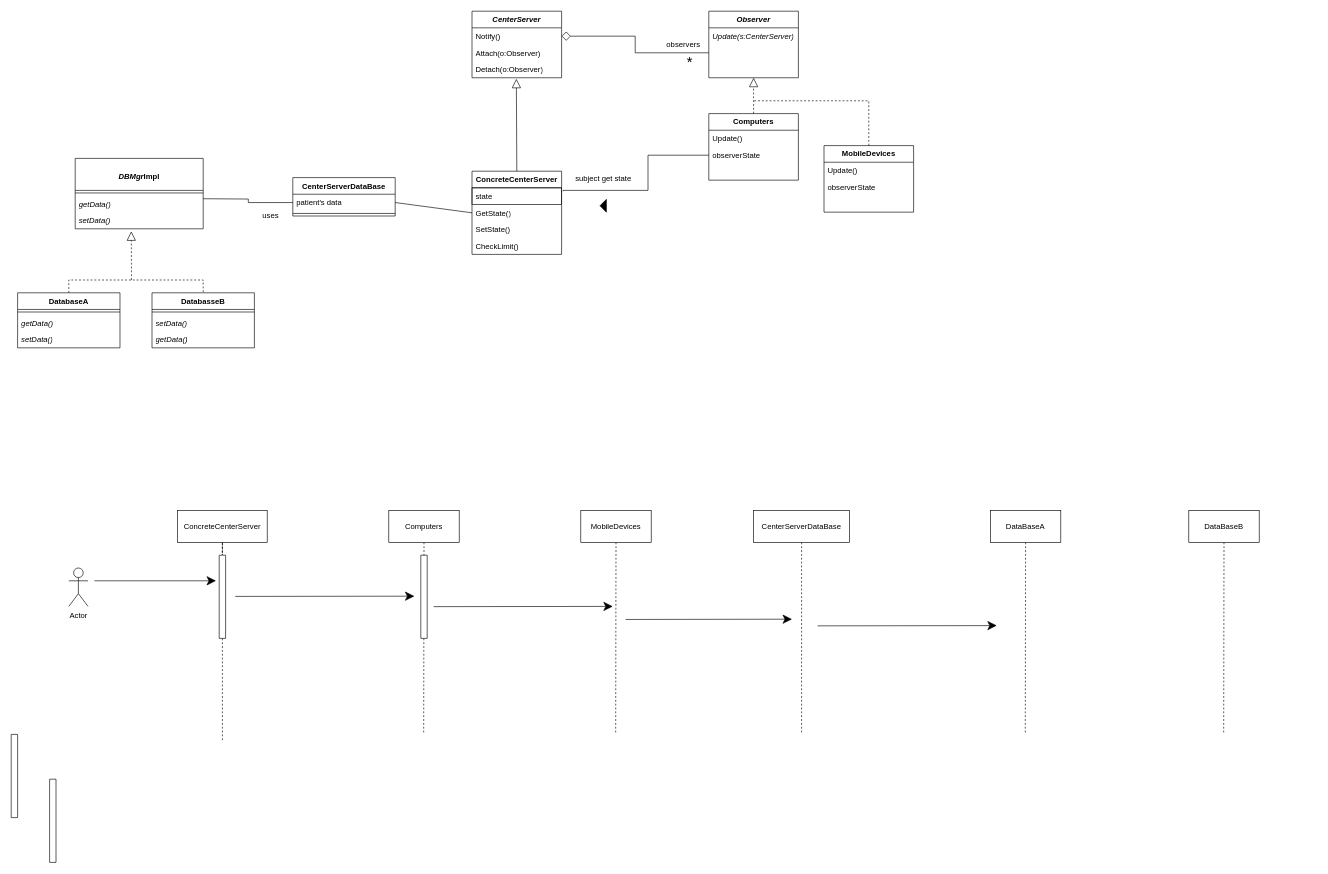
VoHoAnhTuan/Diagrams keeps this draw.io diagram as Assignment3_CSE4361.drawio. Above is the earlier version. Source tidied: cells renumbered, new cells numbered last; positions are measured from the earlier drawing's top-left corner, leaving out a move shared by most shapes. Both pictures are drawn from the tidied source at 64%, with x=0, y=0 at pixel (11, 11).
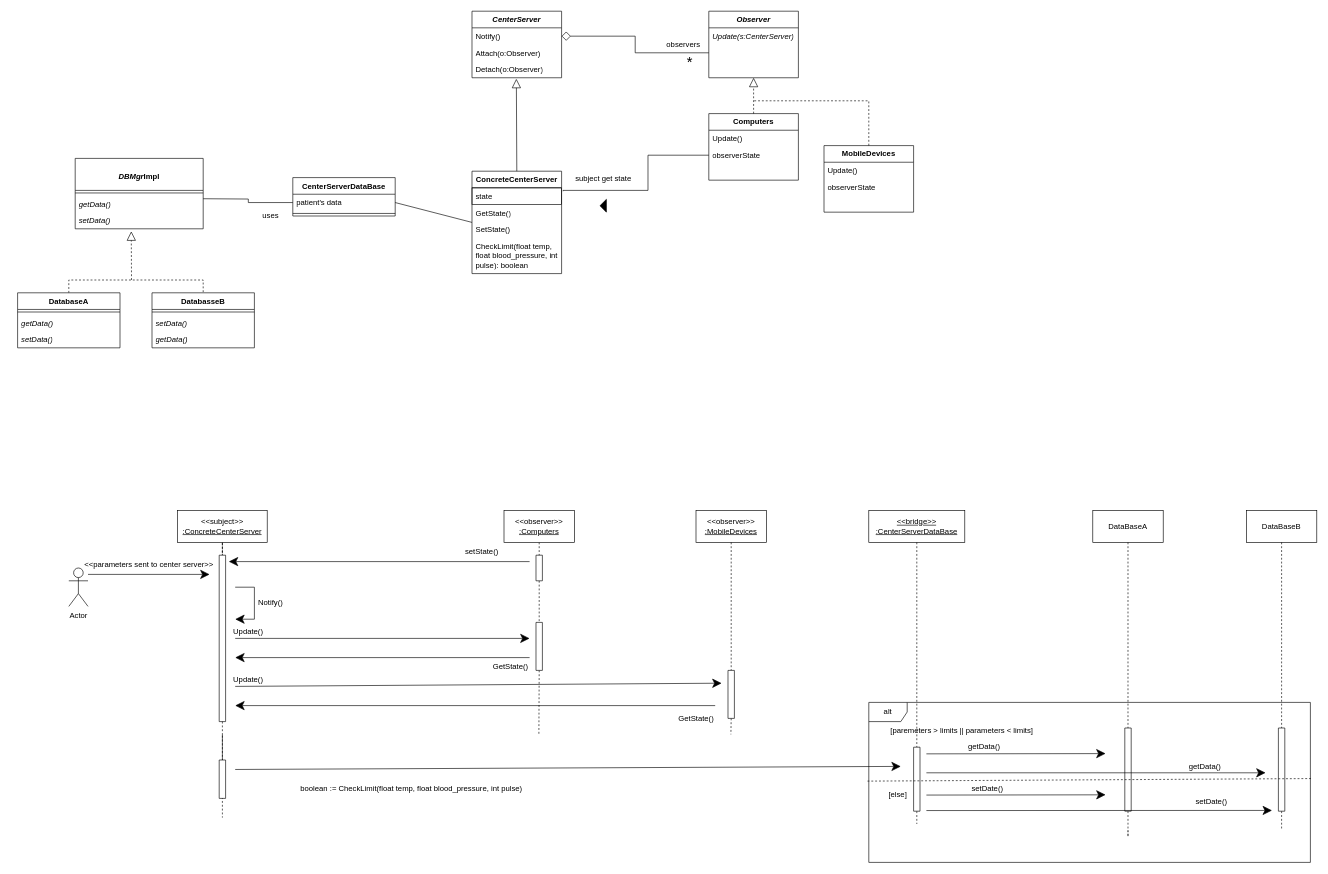
The same diagram, later.

Diff of the diagram source:
```diff
@@
+    <mxCell id="75" style="edgeStyle=orthogonalEdgeStyle;rounded=0;jettySize=auto;html=1;exitX=0.5;exitY=1;exitDx=0;exitDy=0;endArrow=none;endFill=0;dashed=1;" parent="1" edge="1" source="56" target="87">
+      <mxGeometry relative="1" as="geometry" />
+    </mxCell>
@@
     <mxCell id="6" value="&lt;b&gt;ConcreteCenterServer&lt;/b&gt;" style="swimlane;fontStyle=0;horizontal=1;startSize=26;fillColor=none;whiteSpace=wrap;html=1;" parent="1" vertex="1">
-      <mxGeometry x="720" y="250" width="140" height="130" as="geometry" />
+      <mxGeometry x="720" y="250" width="140" height="160" as="geometry" />
     </mxCell>
@@
-    <mxCell id="10" value="CheckLimit()" style="text;strokeColor=none;fillColor=none;align=left;verticalAlign=top;spacingLeft=4;spacingRight=4;overflow=hidden;whiteSpace=wrap;html=1;" parent="6" vertex="1">
-      <mxGeometry y="104" width="140" height="26" as="geometry" />
+    <mxCell id="10" value="CheckLimit(float temp, float blood_pressure, int pulse): boolean" style="text;strokeColor=none;fillColor=none;align=left;verticalAlign=top;spacingLeft=4;spacingRight=4;overflow=hidden;whiteSpace=wrap;html=1;" parent="6" vertex="1">
+      <mxGeometry y="104" width="140" height="56" as="geometry" />
     </mxCell>
@@
-    <mxCell id="53" style="edgeStyle=orthogonalEdgeStyle;rounded=0;jettySize=auto;html=1;exitX=0.5;exitY=1;exitDx=0;exitDy=0;endArrow=none;endFill=0;dashed=1;" parent="1" edge="1" source="66">
+    <mxCell id="53" style="edgeStyle=orthogonalEdgeStyle;rounded=0;jettySize=auto;html=1;exitX=0.5;exitY=1;exitDx=0;exitDy=0;endArrow=none;endFill=0;dashed=1;" parent="1" edge="1" source="97">
       <mxGeometry relative="1" as="geometry">
-        <mxPoint x="330" y="1140" as="targetPoint" />
+        <mxPoint x="330" y="1260" as="targetPoint" />
         <Array as="points">
           <mxPoint x="330" y="1130" />
         </Array>
       </mxGeometry>
     </mxCell>
-    <mxCell id="54" value="ConcreteCenterServer" style="html=1;whiteSpace=wrap;" parent="1" vertex="1">
+    <mxCell id="54" value="&amp;lt;&amp;lt;subject&amp;gt;&amp;gt;&lt;br&gt;&lt;div&gt;&lt;u&gt;:ConcreteCenterServer&lt;/u&gt;&lt;/div&gt;" style="html=1;whiteSpace=wrap;" parent="1" vertex="1">
       <mxGeometry x="260" y="780" width="140" height="50" as="geometry" />
     </mxCell>
-    <mxCell id="55" style="edgeStyle=orthogonalEdgeStyle;rounded=0;jettySize=auto;html=1;exitX=0.5;exitY=1;exitDx=0;exitDy=0;endArrow=none;endFill=0;dashed=1;" parent="1" edge="1" source="56">
+    <mxCell id="55" style="edgeStyle=orthogonalEdgeStyle;rounded=0;jettySize=auto;html=1;exitX=0.5;exitY=1;exitDx=0;exitDy=0;endArrow=none;endFill=0;dashed=1;" parent="1" edge="1" source="87">
       <mxGeometry relative="1" as="geometry">
-        <mxPoint x="644.5" y="1130" as="targetPoint" />
+        <mxPoint x="824.5" y="1130" as="targetPoint" />
       </mxGeometry>
     </mxCell>
-    <mxCell id="56" value="Computers" style="html=1;whiteSpace=wrap;" parent="1" vertex="1">
-      <mxGeometry x="590" y="780" width="110" height="50" as="geometry" />
+    <mxCell id="56" value="&amp;lt;&amp;lt;observer&amp;gt;&amp;gt;&lt;br&gt;&lt;div&gt;&lt;u&gt;:Computers&lt;/u&gt;&lt;/div&gt;" style="html=1;whiteSpace=wrap;" parent="1" vertex="1">
+      <mxGeometry x="770" y="780" width="110" height="50" as="geometry" />
     </mxCell>
-    <mxCell id="57" style="edgeStyle=orthogonalEdgeStyle;rounded=0;jettySize=auto;html=1;exitX=0.5;exitY=1;exitDx=0;exitDy=0;endArrow=none;endFill=0;dashed=1;" parent="1" edge="1" source="58">
+    <mxCell id="57" style="edgeStyle=orthogonalEdgeStyle;rounded=0;jettySize=auto;html=1;exitX=0.5;exitY=1;exitDx=0;exitDy=0;endArrow=none;endFill=0;dashed=1;" parent="1" edge="1" source="91">
       <mxGeometry relative="1" as="geometry">
-        <mxPoint x="944.5" y="1130" as="targetPoint" />
+        <mxPoint x="1124.5" y="1130" as="targetPoint" />
       </mxGeometry>
     </mxCell>
-    <mxCell id="58" value="MobileDevices" style="html=1;whiteSpace=wrap;" parent="1" vertex="1">
-      <mxGeometry x="890" y="780" width="110" height="50" as="geometry" />
+    <mxCell id="58" value="&amp;lt;&amp;lt;observer&amp;gt;&amp;gt;&lt;br&gt;&lt;div&gt;&lt;u&gt;:MobileDevices&lt;/u&gt;&lt;/div&gt;" style="html=1;whiteSpace=wrap;" parent="1" vertex="1">
+      <mxGeometry x="1070" y="780" width="110" height="50" as="geometry" />
     </mxCell>
-    <mxCell id="59" style="edgeStyle=orthogonalEdgeStyle;rounded=0;jettySize=auto;html=1;exitX=0.5;exitY=1;exitDx=0;exitDy=0;endArrow=none;endFill=0;dashed=1;" parent="1" edge="1" source="60">
+    <mxCell id="59" style="edgeStyle=orthogonalEdgeStyle;rounded=0;jettySize=auto;html=1;exitX=0.5;exitY=1;exitDx=0;exitDy=0;endArrow=none;endFill=0;dashed=1;" parent="1" edge="1" source="99">
       <mxGeometry relative="1" as="geometry">
-        <mxPoint x="1235" y="1130" as="targetPoint" />
+        <mxPoint x="1415" y="1270" as="targetPoint" />
       </mxGeometry>
     </mxCell>
-    <mxCell id="60" value="CenterServerDataBase" style="html=1;whiteSpace=wrap;" parent="1" vertex="1">
-      <mxGeometry x="1160" y="780" width="150" height="50" as="geometry" />
+    <mxCell id="60" value="&lt;div&gt;&lt;u&gt;&amp;lt;&amp;lt;bridge&amp;gt;&amp;gt;&lt;br&gt;&lt;/u&gt;&lt;/div&gt;&lt;div&gt;&lt;u&gt;:CenterServerDataBase&lt;/u&gt;&lt;/div&gt;" style="html=1;whiteSpace=wrap;" parent="1" vertex="1">
+      <mxGeometry x="1340" y="780" width="150" height="50" as="geometry" />
     </mxCell>
-    <mxCell id="61" style="edgeStyle=orthogonalEdgeStyle;rounded=0;jettySize=auto;html=1;exitX=0.5;exitY=1;exitDx=0;exitDy=0;endArrow=none;endFill=0;dashed=1;" parent="1" edge="1" source="62">
+    <mxCell id="61" style="edgeStyle=orthogonalEdgeStyle;rounded=0;jettySize=auto;html=1;exitX=0.5;exitY=1;exitDx=0;exitDy=0;endArrow=none;endFill=0;dashed=1;" parent="1" edge="1" source="77">
       <mxGeometry relative="1" as="geometry">
-        <mxPoint x="1584.5" y="1130" as="targetPoint" />
+        <mxPoint x="1745" y="1280" as="targetPoint" />
+        <Array as="points">
+          <mxPoint x="1745" y="1290" />
+        </Array>
       </mxGeometry>
     </mxCell>
     <mxCell id="62" value="DataBaseA" style="html=1;whiteSpace=wrap;" parent="1" vertex="1">
-      <mxGeometry x="1530" y="780" width="110" height="50" as="geometry" />
+      <mxGeometry x="1690" y="780" width="110" height="50" as="geometry" />
     </mxCell>
-    <mxCell id="63" style="edgeStyle=orthogonalEdgeStyle;rounded=0;jettySize=auto;html=1;exitX=0.5;exitY=1;exitDx=0;exitDy=0;endArrow=none;endFill=0;dashed=1;" parent="1" edge="1" source="64">
-      <mxGeometry relative="1" as="geometry">
-        <mxPoint x="1894.5" y="1130" as="targetPoint" />
-      </mxGeometry>
-    </mxCell>
-    <mxCell id="64" value="DataBaseB" style="html=1;whiteSpace=wrap;" parent="1" vertex="1">
-      <mxGeometry x="1840" y="780" width="110" height="50" as="geometry" />
-    </mxCell>
@@
     <mxCell id="66" style="verticalLabelPosition=bottom;verticalAlign=top;html=1;shape=mxgraph.basic.rect;fillColor2=none;strokeWidth=1;size=20;indent=5;" parent="1" vertex="1">
-      <mxGeometry x="325" y="850" width="10" height="130" as="geometry" />
+      <mxGeometry x="325" y="850" width="10" height="260" as="geometry" />
     </mxCell>
     <mxCell id="67" style="verticalLabelPosition=bottom;verticalAlign=top;html=1;shape=mxgraph.basic.rect;fillColor2=none;strokeWidth=1;size=20;indent=5;" parent="1" vertex="1">
-      <mxGeometry x="640" y="850" width="10" height="130" as="geometry" />
+      <mxGeometry x="820" y="850" width="10" height="40" as="geometry" />
     </mxCell>
-    <mxCell id="68" style="verticalLabelPosition=bottom;verticalAlign=top;html=1;shape=mxgraph.basic.rect;fillColor2=none;strokeWidth=1;size=20;indent=5;" parent="1" vertex="1">
-      <mxGeometry x="60" y="1200" width="10" height="130" as="geometry" />
-    </mxCell>
-    <mxCell id="69" style="verticalLabelPosition=bottom;verticalAlign=top;html=1;shape=mxgraph.basic.rect;fillColor2=none;strokeWidth=1;size=20;indent=5;" parent="1" vertex="1">
-      <mxGeometry y="1130" width="10" height="130" as="geometry" />
-    </mxCell>
     <mxCell id="70" style="endArrow=classic;endFill=1;endSize=12;html=1;rounded=0;" parent="1" edge="1">
       <mxGeometry relative="1" as="geometry">
-        <mxPoint x="130" y="890" as="sourcePoint" />
-        <mxPoint x="320" y="890" as="targetPoint" />
+        <mxPoint x="120" y="880" as="sourcePoint" />
+        <mxPoint x="310" y="880" as="targetPoint" />
       </mxGeometry>
     </mxCell>
-    <mxCell id="71" style="endArrow=classic;endFill=1;endSize=12;html=1;rounded=0;" parent="1" edge="1">
-      <mxGeometry relative="1" as="geometry">
-        <mxPoint x="350" y="914.4" as="sourcePoint" />
-        <mxPoint x="630" y="914" as="targetPoint" />
-      </mxGeometry>
-    </mxCell>
-    <mxCell id="72" style="endArrow=classic;endFill=1;endSize=12;html=1;rounded=0;" parent="1" edge="1">
-      <mxGeometry relative="1" as="geometry">
-        <mxPoint x="660" y="930.4" as="sourcePoint" />
-        <mxPoint x="940" y="930" as="targetPoint" />
-      </mxGeometry>
-    </mxCell>
     <mxCell id="73" style="endArrow=classic;endFill=1;endSize=12;html=1;rounded=0;" parent="1" edge="1">
       <mxGeometry relative="1" as="geometry">
-        <mxPoint x="960" y="950.4" as="sourcePoint" />
-        <mxPoint x="1220" y="950" as="targetPoint" />
+        <mxPoint x="350" y="1184.8" as="sourcePoint" />
+        <mxPoint x="1390" y="1180" as="targetPoint" />
       </mxGeometry>
     </mxCell>
     <mxCell id="74" style="endArrow=classic;endFill=1;endSize=12;html=1;rounded=0;" parent="1" edge="1">
       <mxGeometry relative="1" as="geometry">
-        <mxPoint x="1260" y="960.4" as="sourcePoint" />
-        <mxPoint x="1540" y="960" as="targetPoint" />
+        <mxPoint x="1430" y="1160.4" as="sourcePoint" />
+        <mxPoint x="1710" y="1160" as="targetPoint" />
       </mxGeometry>
     </mxCell>
+    <mxCell id="76" style="edgeStyle=orthogonalEdgeStyle;rounded=0;jettySize=auto;html=1;exitX=0.5;exitY=1;exitDx=0;exitDy=0;endArrow=none;endFill=0;dashed=1;" parent="1" edge="1" source="62" target="77">
+      <mxGeometry relative="1" as="geometry">
+        <Array as="points">
+          <mxPoint x="1745" y="1155" />
+        </Array>
+      </mxGeometry>
+    </mxCell>
+    <mxCell id="77" style="verticalLabelPosition=bottom;verticalAlign=top;html=1;shape=mxgraph.basic.rect;fillColor2=none;strokeWidth=1;size=20;indent=5;" parent="1" vertex="1">
+      <mxGeometry x="1740" y="1120" width="10" height="130" as="geometry" />
+    </mxCell>
+    <mxCell id="64" value="DataBaseB" style="html=1;whiteSpace=wrap;" parent="1" vertex="1">
+      <mxGeometry x="1930" y="780" width="110" height="50" as="geometry" />
+    </mxCell>
+    <mxCell id="78" style="edgeStyle=orthogonalEdgeStyle;rounded=0;jettySize=auto;html=1;exitX=0.5;exitY=1;exitDx=0;exitDy=0;endArrow=none;endFill=0;dashed=1;" parent="1" edge="1" source="64">
+      <mxGeometry relative="1" as="geometry">
+        <mxPoint x="1985" y="1280" as="targetPoint" />
+        <Array as="points">
+          <mxPoint x="1985" y="1155" />
+        </Array>
+      </mxGeometry>
+    </mxCell>
+    <mxCell id="79" style="endArrow=classic;endFill=1;endSize=12;html=1;rounded=0;" parent="1" edge="1">
+      <mxGeometry relative="1" as="geometry">
+        <mxPoint x="1430" y="1190" as="sourcePoint" />
+        <mxPoint x="1960" y="1190" as="targetPoint" />
+      </mxGeometry>
+    </mxCell>
+    <mxCell id="80" value="&amp;lt;&amp;lt;parameters sent to center server&amp;gt;&amp;gt;" style="text;html=1;align=center;verticalAlign=middle;strokeColor=none;fillColor=none;" parent="1" vertex="1">
+      <mxGeometry x="105" y="850" width="220" height="30" as="geometry" />
+    </mxCell>
+    <mxCell id="81" style="endArrow=classic;endFill=1;endSize=12;html=1;rounded=0;" parent="1" edge="1">
+      <mxGeometry relative="1" as="geometry">
+        <mxPoint x="810" y="860" as="sourcePoint" />
+        <mxPoint x="340" y="860" as="targetPoint" />
+      </mxGeometry>
+    </mxCell>
+    <mxCell id="82" value="setState()" style="text;html=1;align=center;verticalAlign=middle;strokeColor=none;fillColor=none;" parent="1" vertex="1">
+      <mxGeometry x="700" y="830" width="70" height="30" as="geometry" />
+    </mxCell>
+    <mxCell id="83" style="endArrow=classic;endFill=1;endSize=12;html=1;rounded=0;edgeStyle=orthogonalEdgeStyle;" parent="1" edge="1">
+      <mxGeometry relative="1" as="geometry">
+        <mxPoint x="350" y="900" as="sourcePoint" />
+        <mxPoint x="350" y="950" as="targetPoint" />
+        <Array as="points">
+          <mxPoint x="380" y="900" />
+          <mxPoint x="380" y="950" />
+        </Array>
+      </mxGeometry>
+    </mxCell>
+    <mxCell id="84" value="Notify()" style="text;html=1;align=center;verticalAlign=middle;strokeColor=none;fillColor=none;" parent="1" vertex="1">
+      <mxGeometry x="375" y="910" width="60" height="30" as="geometry" />
+    </mxCell>
+    <mxCell id="85" style="endArrow=classic;endFill=1;endSize=12;html=1;rounded=0;" parent="1" edge="1">
+      <mxGeometry relative="1" as="geometry">
+        <mxPoint x="350" y="980" as="sourcePoint" />
+        <mxPoint x="810" y="980" as="targetPoint" />
+      </mxGeometry>
+    </mxCell>
+    <mxCell id="86" value="Update()" style="text;html=1;align=center;verticalAlign=middle;strokeColor=none;fillColor=none;" parent="1" vertex="1">
+      <mxGeometry x="335" y="955" width="70" height="30" as="geometry" />
+    </mxCell>
+    <mxCell id="87" style="verticalLabelPosition=bottom;verticalAlign=top;html=1;shape=mxgraph.basic.rect;fillColor2=none;strokeWidth=1;size=20;indent=5;" parent="1" vertex="1">
+      <mxGeometry x="820" y="955" width="10" height="75" as="geometry" />
+    </mxCell>
+    <mxCell id="88" style="endArrow=classic;endFill=1;endSize=12;html=1;rounded=0;" parent="1" edge="1">
+      <mxGeometry relative="1" as="geometry">
+        <mxPoint x="810" y="1010" as="sourcePoint" />
+        <mxPoint x="350" y="1010" as="targetPoint" />
+      </mxGeometry>
+    </mxCell>
+    <mxCell id="89" value="GetState()" style="text;html=1;align=center;verticalAlign=middle;strokeColor=none;fillColor=none;" parent="1" vertex="1">
+      <mxGeometry x="740" y="1010" width="80" height="30" as="geometry" />
+    </mxCell>
+    <mxCell id="90" style="edgeStyle=orthogonalEdgeStyle;rounded=0;jettySize=auto;html=1;exitX=0.5;exitY=1;exitDx=0;exitDy=0;endArrow=none;endFill=0;dashed=1;" parent="1" edge="1" source="58" target="91">
+      <mxGeometry relative="1" as="geometry" />
+    </mxCell>
+    <mxCell id="91" style="verticalLabelPosition=bottom;verticalAlign=top;html=1;shape=mxgraph.basic.rect;fillColor2=none;strokeWidth=1;size=20;indent=5;" parent="1" vertex="1">
+      <mxGeometry x="1120" y="1030" width="10" height="75" as="geometry" />
+    </mxCell>
+    <mxCell id="92" style="endArrow=classic;endFill=1;endSize=12;html=1;rounded=0;" parent="1" edge="1">
+      <mxGeometry relative="1" as="geometry">
+        <mxPoint x="350" y="1055" as="sourcePoint" />
+        <mxPoint x="1110" y="1050" as="targetPoint" />
+      </mxGeometry>
+    </mxCell>
+    <mxCell id="93" value="Update()" style="text;html=1;align=center;verticalAlign=middle;strokeColor=none;fillColor=none;" parent="1" vertex="1">
+      <mxGeometry x="335" y="1030" width="70" height="30" as="geometry" />
+    </mxCell>
+    <mxCell id="94" style="endArrow=classic;endFill=1;endSize=12;html=1;rounded=0;" parent="1" edge="1">
+      <mxGeometry relative="1" as="geometry">
+        <mxPoint x="1100" y="1085" as="sourcePoint" />
+        <mxPoint x="350" y="1085" as="targetPoint" />
+      </mxGeometry>
+    </mxCell>
+    <mxCell id="95" value="GetState()" style="text;html=1;align=center;verticalAlign=middle;strokeColor=none;fillColor=none;" parent="1" vertex="1">
+      <mxGeometry x="1030" y="1090" width="80" height="30" as="geometry" />
+    </mxCell>
+    <mxCell id="96" style="edgeStyle=orthogonalEdgeStyle;rounded=0;jettySize=auto;html=1;exitX=0.5;exitY=1;exitDx=0;exitDy=0;endArrow=none;endFill=0;dashed=1;" parent="1" edge="1" source="66" target="97">
+      <mxGeometry relative="1" as="geometry" />
+    </mxCell>
+    <mxCell id="97" style="verticalLabelPosition=bottom;verticalAlign=top;html=1;shape=mxgraph.basic.rect;fillColor2=none;strokeWidth=1;size=20;indent=5;" parent="1" vertex="1">
+      <mxGeometry x="325" y="1170" width="10" height="60" as="geometry" />
+    </mxCell>
+    <mxCell id="98" style="edgeStyle=orthogonalEdgeStyle;rounded=0;jettySize=auto;html=1;exitX=0.5;exitY=1;exitDx=0;exitDy=0;endArrow=none;endFill=0;dashed=1;" parent="1" edge="1" source="60" target="99">
+      <mxGeometry relative="1" as="geometry" />
+    </mxCell>
+    <mxCell id="99" style="verticalLabelPosition=bottom;verticalAlign=top;html=1;shape=mxgraph.basic.rect;fillColor2=none;strokeWidth=1;size=20;indent=5;" parent="1" vertex="1">
+      <mxGeometry x="1410" y="1150" width="10" height="100" as="geometry" />
+    </mxCell>
+    <mxCell id="100" style="verticalLabelPosition=bottom;verticalAlign=top;html=1;shape=mxgraph.basic.rect;fillColor2=none;strokeWidth=1;size=20;indent=5;" parent="1" vertex="1">
+      <mxGeometry x="1980" y="1120" width="10" height="130" as="geometry" />
+    </mxCell>
+    <mxCell id="101" value="boolean := CheckLimit(float temp, float blood_pressure, int pulse)" style="text;html=1;align=center;verticalAlign=middle;strokeColor=none;fillColor=none;" parent="1" vertex="1">
+      <mxGeometry x="440" y="1200" width="370" height="30" as="geometry" />
+    </mxCell>
+    <mxCell id="102" value="alt" style="shape=umlFrame;whiteSpace=wrap;html=1;" parent="1" vertex="1">
+      <mxGeometry x="1340" y="1080" width="690" height="250" as="geometry" />
+    </mxCell>
+    <mxCell id="103" value="[paremeters &amp;gt; limits || parameters &amp;lt; limits]" style="text;html=1;align=center;verticalAlign=middle;strokeColor=none;fillColor=none;" parent="1" vertex="1">
+      <mxGeometry x="1360" y="1110" width="250" height="30" as="geometry" />
+    </mxCell>
+    <mxCell id="104" style="endArrow=none;endFill=0;endSize=12;html=1;rounded=0;exitX=-0.003;exitY=0.492;exitDx=0;exitDy=0;exitPerimeter=0;entryX=1.003;entryY=0.476;entryDx=0;entryDy=0;entryPerimeter=0;dashed=1;" parent="1" edge="1" source="102" target="102">
+      <mxGeometry relative="1" as="geometry" />
+    </mxCell>
+    <mxCell id="105" value="[else]" style="text;html=1;align=center;verticalAlign=middle;strokeColor=none;fillColor=none;" parent="1" vertex="1">
+      <mxGeometry x="1360" y="1210" width="50" height="30" as="geometry" />
+    </mxCell>
+    <mxCell id="106" value="getData()" style="text;html=1;align=center;verticalAlign=middle;strokeColor=none;fillColor=none;" parent="1" vertex="1">
+      <mxGeometry x="1485" y="1135" width="70" height="30" as="geometry" />
+    </mxCell>
+    <mxCell id="107" value="getData()" style="text;html=1;align=center;verticalAlign=middle;strokeColor=none;fillColor=none;" parent="1" vertex="1">
+      <mxGeometry x="1830" y="1165" width="70" height="30" as="geometry" />
+    </mxCell>
+    <mxCell id="108" style="endArrow=classic;endFill=1;endSize=12;html=1;rounded=0;" parent="1" edge="1">
+      <mxGeometry relative="1" as="geometry">
+        <mxPoint x="1430" y="1224.8" as="sourcePoint" />
+        <mxPoint x="1710" y="1224.4" as="targetPoint" />
+      </mxGeometry>
+    </mxCell>
+    <mxCell id="109" style="endArrow=classic;endFill=1;endSize=12;html=1;rounded=0;" parent="1" edge="1">
+      <mxGeometry relative="1" as="geometry">
+        <mxPoint x="1430" y="1249" as="sourcePoint" />
+        <mxPoint x="1970" y="1248.8" as="targetPoint" />
+      </mxGeometry>
+    </mxCell>
+    <mxCell id="110" value="setDate()" style="text;html=1;align=center;verticalAlign=middle;strokeColor=none;fillColor=none;" parent="1" vertex="1">
+      <mxGeometry x="1490" y="1200" width="70" height="30" as="geometry" />
+    </mxCell>
+    <mxCell id="111" value="setDate()" style="text;html=1;align=center;verticalAlign=middle;strokeColor=none;fillColor=none;" parent="1" vertex="1">
+      <mxGeometry x="1840" y="1220" width="70" height="30" as="geometry" />
+    </mxCell>
```
